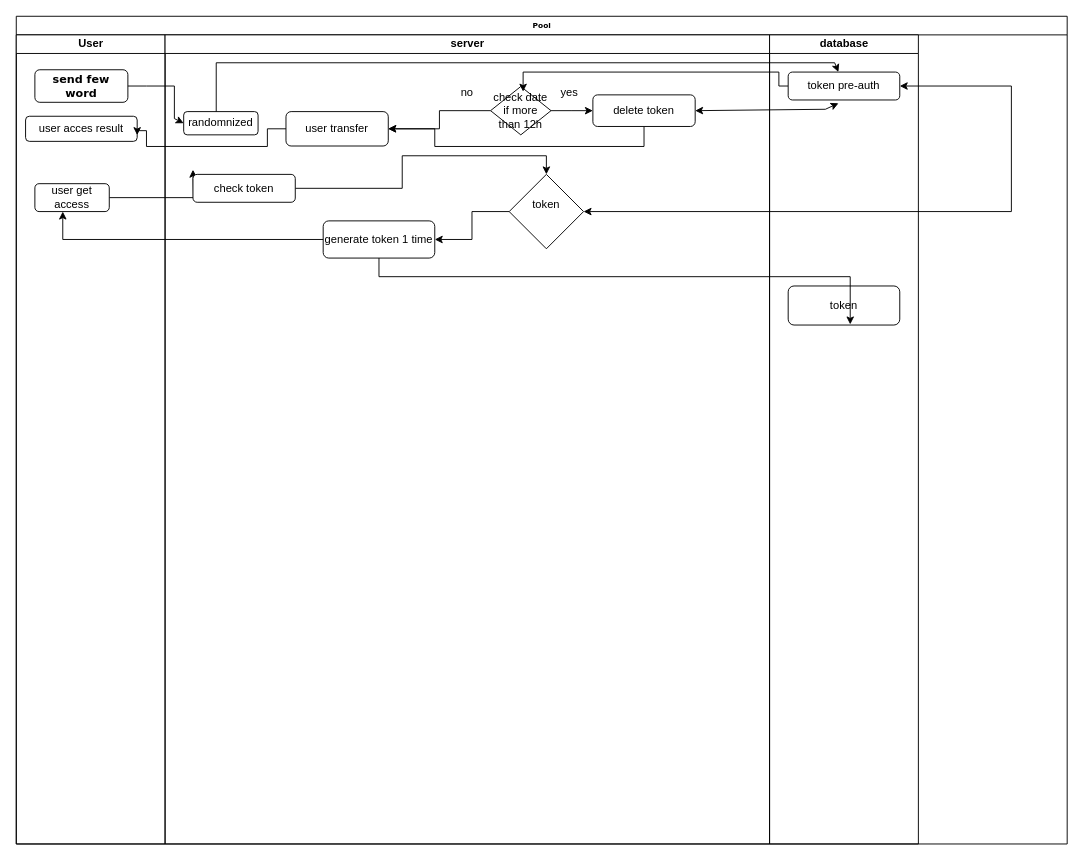
Earlier version of the draw.io diagram Untitled Diagram.drawio (TUNBudi06/tugasGithub). Source tidied: cells renumbered, new cells numbered last; positions are measured from the earlier drawing's top-left corner, leaving out a move shared by most shapes. Both pictures are drawn from the tidied source at 93%, with x=0, y=0 at pixel (16, 16).
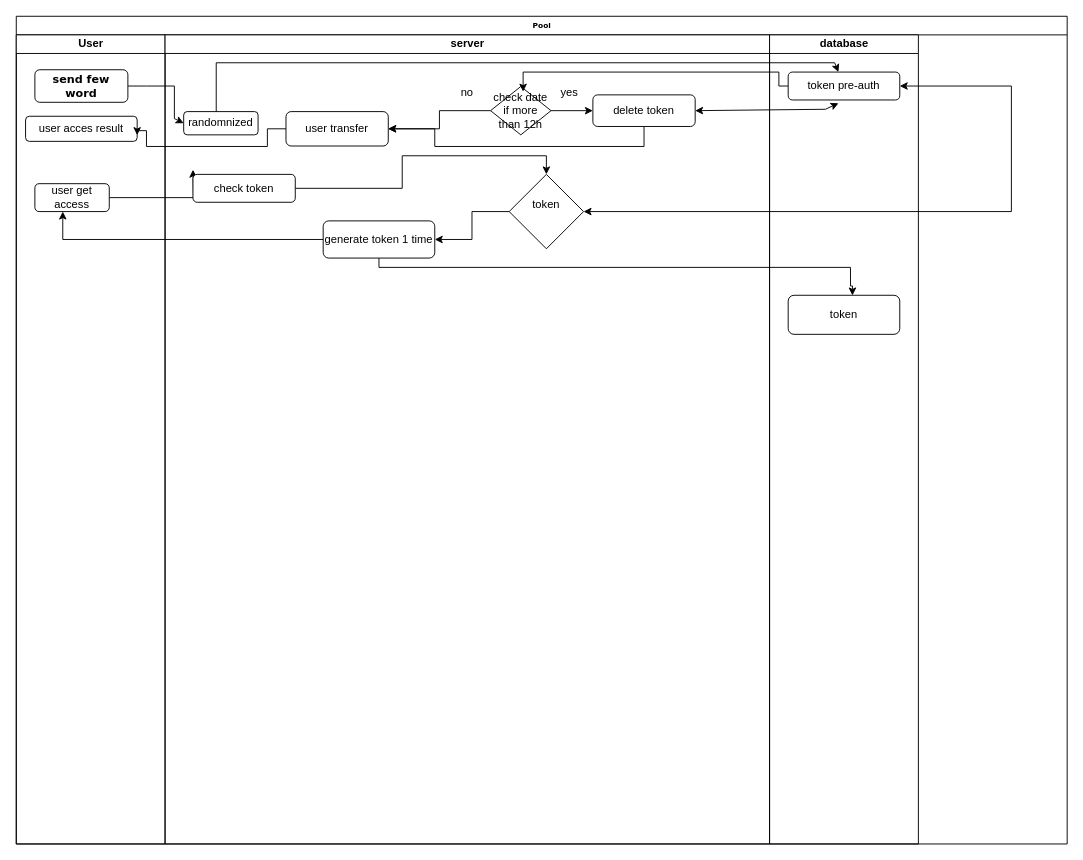
After the change.

Unchanged cells that the change refers to:
```xml
<mxCell id="2" value="Pool" style="swimlane;html=1;startSize=20;rounded=0;shadow=0;labelBackgroundColor=none;strokeWidth=1;fontFamily=Verdana;fontSize=8;align=center;" parent="1" vertex="1">
  <mxGeometry width="1130" height="890" as="geometry" />
</mxCell>
<mxCell id="23" value="generate token 1 time" style="rounded=1;whiteSpace=wrap;html=1;" parent="8" vertex="1">
  <mxGeometry x="170" y="200" width="120" height="40" as="geometry" />
</mxCell>
<mxCell id="28" value="database" style="swimlane;html=1;startSize=20;" parent="2" vertex="1">
  <mxGeometry x="810" y="20" width="160" height="870" as="geometry" />
</mxCell>
```

Change to the diagram source:
```diff
@@
     <mxCell id="30" value="token" style="rounded=1;whiteSpace=wrap;html=1;" parent="28" vertex="1">
-      <mxGeometry x="20" y="270" width="120" height="42" as="geometry" />
+      <mxGeometry x="20" y="280" width="120" height="42" as="geometry" />
     </mxCell>
@@
-    <mxCell id="32" style="edgeStyle=orthogonalEdgeStyle;rounded=0;jettySize=auto;html=1;entryX=0.556;entryY=0.984;entryDx=0;entryDy=0;entryPerimeter=0;" parent="2" edge="1" source="23" target="30">
+    <mxCell id="32" style="edgeStyle=orthogonalEdgeStyle;rounded=0;jettySize=auto;html=1;entryX=0.576;entryY=0.004;entryDx=0;entryDy=0;entryPerimeter=0;" parent="2" edge="1" source="23" target="30">
       <mxGeometry relative="1" as="geometry">
         <Array as="points">
-          <mxPoint x="390" y="280" />
-          <mxPoint x="897" y="280" />
+          <mxPoint x="390" y="270" />
+          <mxPoint x="897" y="270" />
+          <mxPoint x="897" y="290" />
         </Array>
       </mxGeometry>
     </mxCell>
```
